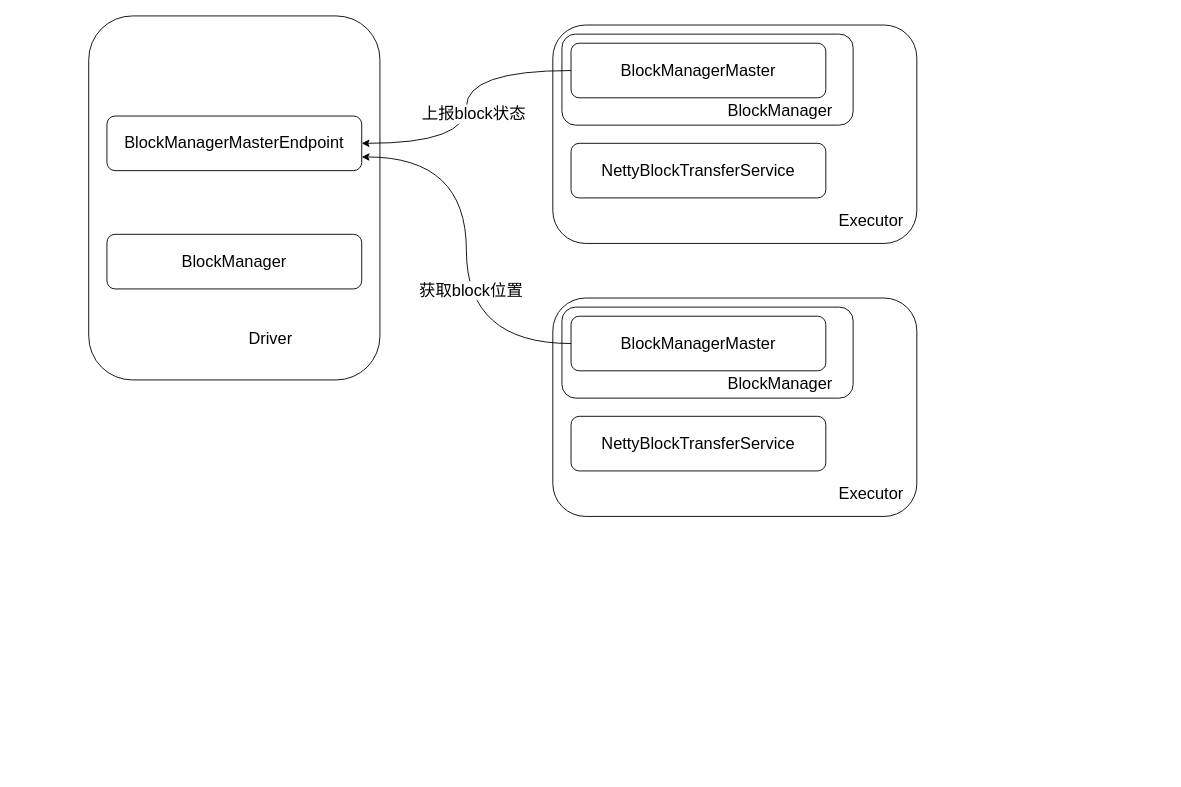
rainsbaby/notebook keeps this draw.io diagram as imgs/spark/spark_broadcast_structure.drawio. Above is the earlier version. Source tidied: cells renumbered, new cells numbered last; positions are measured from the earlier drawing's top-left corner, leaving out a move shared by most shapes. Both pictures are drawn from the tidied source at 91%, with x=0, y=0 at pixel (88, 15).
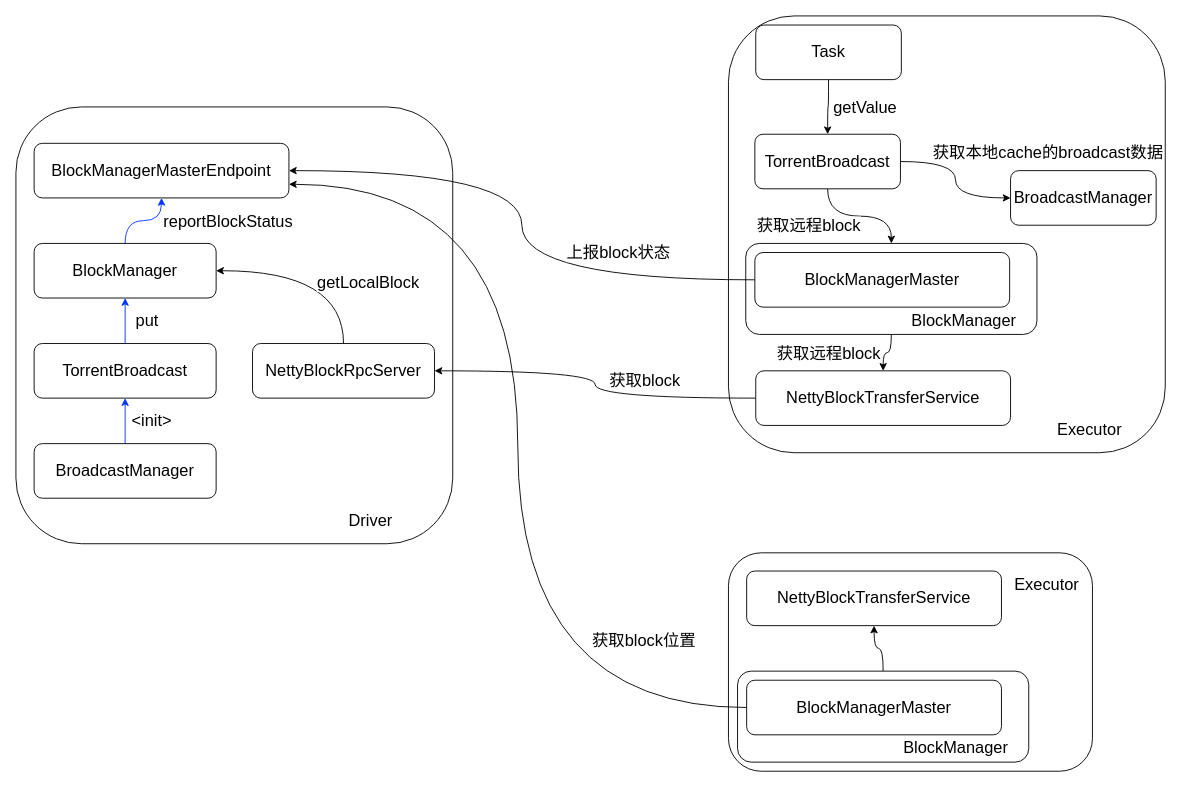
The same page after the edit.

The change refers to these unchanged cells:
```xml
<mxCell id="8" style="rounded=0;jettySize=auto;html=1;exitX=0;exitY=0.5;exitDx=0;exitDy=0;entryX=1;entryY=0.5;entryDx=0;entryDy=0;fontSize=18;edgeStyle=orthogonalEdgeStyle;elbow=vertical;curved=1;" parent="1" edge="1" source="10" target="3">
  <mxGeometry relative="1" as="geometry" />
</mxCell>
<mxCell id="17" style="edgeStyle=orthogonalEdgeStyle;curved=1;rounded=0;jettySize=auto;html=1;exitX=0;exitY=0.5;exitDx=0;exitDy=0;entryX=1;entryY=0.75;entryDx=0;entryDy=0;fontSize=18;elbow=vertical;" parent="1" edge="1" source="19" target="3">
  <mxGeometry relative="1" as="geometry" />
</mxCell>
```

Change to the diagram source:
```diff
@@
     <mxCell id="2" style="rounded=1;whiteSpace=wrap;html=1;" parent="1" vertex="1">
-      <mxGeometry width="320" height="400" as="geometry" />
+      <mxGeometry x="-80" y="100" width="480" height="480" as="geometry" />
     </mxCell>
     <mxCell id="3" value="BlockManagerMasterEndpoint" style="rounded=1;whiteSpace=wrap;html=1;fontSize=18;" parent="1" vertex="1">
-      <mxGeometry x="20" y="110" width="280" height="60" as="geometry" />
+      <mxGeometry x="-60" y="140" width="280" height="60" as="geometry" />
     </mxCell>
     <mxCell id="4" value="Driver" style="text;html=1;strokeColor=none;fillColor=none;align=center;verticalAlign=middle;whiteSpace=wrap;rounded=0;fontSize=18;" parent="1" vertex="1">
-      <mxGeometry x="170" y="340" width="60" height="30" as="geometry" />
+      <mxGeometry x="280" y="540" width="60" height="30" as="geometry" />
     </mxCell>
     <mxCell id="5" style="rounded=1;whiteSpace=wrap;html=1;" parent="1" vertex="1">
-      <mxGeometry x="510" y="10" width="400" height="240" as="geometry" />
+      <mxGeometry x="703" width="480" height="480" as="geometry" />
     </mxCell>
     <mxCell id="6" value="Executor" style="text;html=1;strokeColor=none;fillColor=none;align=center;verticalAlign=middle;whiteSpace=wrap;rounded=0;fontSize=18;" parent="1" vertex="1">
-      <mxGeometry x="830" y="210" width="60" height="30" as="geometry" />
+      <mxGeometry x="1070" y="440" width="60" height="30" as="geometry" />
     </mxCell>
+    <mxCell id="22" style="edgeStyle=orthogonalEdgeStyle;curved=1;rounded=0;jettySize=auto;html=1;exitX=0.5;exitY=1;exitDx=0;exitDy=0;fontSize=18;elbow=vertical;" parent="1" edge="1" source="7" target="12">
+      <mxGeometry relative="1" as="geometry" />
+    </mxCell>
     <mxCell id="7" style="rounded=1;whiteSpace=wrap;html=1;fontSize=18;" parent="1" vertex="1">
-      <mxGeometry x="520" y="20" width="320" height="100" as="geometry" />
+      <mxGeometry x="722" y="250" width="320" height="100" as="geometry" />
     </mxCell>
@@
     <mxCell id="9" value="上报block状态" style="edgeLabel;html=1;align=center;verticalAlign=middle;fontSize=18;" parent="8" vertex="1">
       <mxGeometry x="0.3" relative="1" as="geometry">
-        <mxPoint x="14" y="-33" as="offset" />
+        <mxPoint x="140" y="89" as="offset" />
       </mxGeometry>
     </mxCell>
     <mxCell id="10" value="BlockManagerMaster" style="rounded=1;whiteSpace=wrap;html=1;fontSize=18;" parent="1" vertex="1">
-      <mxGeometry x="530" y="30" width="280" height="60" as="geometry" />
+      <mxGeometry x="732" y="260" width="280" height="60" as="geometry" />
     </mxCell>
     <mxCell id="11" value="BlockManager" style="text;html=1;strokeColor=none;fillColor=none;align=center;verticalAlign=middle;whiteSpace=wrap;rounded=0;fontSize=18;" parent="1" vertex="1">
-      <mxGeometry x="730" y="90" width="60" height="30" as="geometry" />
+      <mxGeometry x="932" y="320" width="60" height="30" as="geometry" />
     </mxCell>
+    <mxCell id="23" style="edgeStyle=orthogonalEdgeStyle;curved=1;rounded=0;jettySize=auto;html=1;exitX=0;exitY=0.5;exitDx=0;exitDy=0;entryX=1;entryY=0.5;entryDx=0;entryDy=0;fontSize=18;elbow=vertical;" parent="1" edge="1" source="12" target="45">
+      <mxGeometry relative="1" as="geometry" />
+    </mxCell>
+    <mxCell id="24" value="获取block" style="edgeLabel;html=1;align=center;verticalAlign=middle;fontSize=18;" parent="23" vertex="1">
+      <mxGeometry x="-0.17" y="-7" relative="1" as="geometry">
+        <mxPoint x="36" y="-13" as="offset" />
+      </mxGeometry>
+    </mxCell>
     <mxCell id="12" value="NettyBlockTransferService" style="rounded=1;whiteSpace=wrap;html=1;fontSize=18;" parent="1" vertex="1">
-      <mxGeometry x="530" y="140" width="280" height="60" as="geometry" />
+      <mxGeometry x="733" y="390" width="280" height="60" as="geometry" />
     </mxCell>
+    <mxCell id="25" style="edgeStyle=orthogonalEdgeStyle;curved=1;rounded=0;jettySize=auto;html=1;exitX=0.5;exitY=0;exitDx=0;exitDy=0;entryX=0.5;entryY=1;entryDx=0;entryDy=0;fontSize=18;elbow=vertical;strokeColor=#0432FF;" parent="1" edge="1" source="13" target="3">
+      <mxGeometry relative="1" as="geometry" />
+    </mxCell>
     <mxCell id="13" value="BlockManager" style="rounded=1;whiteSpace=wrap;html=1;fontSize=18;" parent="1" vertex="1">
-      <mxGeometry x="20" y="240" width="280" height="60" as="geometry" />
+      <mxGeometry x="-60" y="250" width="200" height="60" as="geometry" />
     </mxCell>
     <mxCell id="14" style="rounded=1;whiteSpace=wrap;html=1;" parent="1" vertex="1">
-      <mxGeometry x="510" y="310" width="400" height="240" as="geometry" />
+      <mxGeometry x="703" y="590" width="400" height="240" as="geometry" />
     </mxCell>
     <mxCell id="15" value="Executor" style="text;html=1;strokeColor=none;fillColor=none;align=center;verticalAlign=middle;whiteSpace=wrap;rounded=0;fontSize=18;" parent="1" vertex="1">
-      <mxGeometry x="830" y="510" width="60" height="30" as="geometry" />
+      <mxGeometry x="1023" y="610" width="60" height="30" as="geometry" />
     </mxCell>
+    <mxCell id="26" style="edgeStyle=orthogonalEdgeStyle;curved=1;rounded=0;jettySize=auto;html=1;exitX=0.5;exitY=0;exitDx=0;exitDy=0;fontSize=18;elbow=vertical;" parent="1" edge="1" source="16" target="21">
+      <mxGeometry relative="1" as="geometry" />
+    </mxCell>
     <mxCell id="16" style="rounded=1;whiteSpace=wrap;html=1;fontSize=18;" parent="1" vertex="1">
-      <mxGeometry x="520" y="320" width="320" height="100" as="geometry" />
+      <mxGeometry x="713" y="720" width="320" height="100" as="geometry" />
     </mxCell>
@@
     <mxCell id="18" value="获取block位置" style="edgeLabel;html=1;align=center;verticalAlign=middle;fontSize=18;" parent="17" vertex="1">
-      <mxGeometry x="-0.2" y="-4" relative="1" as="geometry" />
+      <mxGeometry x="-0.2" y="-4" relative="1" as="geometry">
+        <mxPoint x="134" y="106" as="offset" />
+      </mxGeometry>
     </mxCell>
     <mxCell id="19" value="BlockManagerMaster" style="rounded=1;whiteSpace=wrap;html=1;fontSize=18;" parent="1" vertex="1">
-      <mxGeometry x="530" y="330" width="280" height="60" as="geometry" />
+      <mxGeometry x="723" y="730" width="280" height="60" as="geometry" />
     </mxCell>
     <mxCell id="20" value="BlockManager" style="text;html=1;strokeColor=none;fillColor=none;align=center;verticalAlign=middle;whiteSpace=wrap;rounded=0;fontSize=18;" parent="1" vertex="1">
-      <mxGeometry x="730" y="390" width="60" height="30" as="geometry" />
+      <mxGeometry x="923" y="790" width="60" height="30" as="geometry" />
     </mxCell>
     <mxCell id="21" value="NettyBlockTransferService" style="rounded=1;whiteSpace=wrap;html=1;fontSize=18;" parent="1" vertex="1">
-      <mxGeometry x="530" y="440" width="280" height="60" as="geometry" />
+      <mxGeometry x="723" y="610" width="280" height="60" as="geometry" />
     </mxCell>
+    <mxCell id="27" style="edgeStyle=orthogonalEdgeStyle;curved=1;rounded=0;jettySize=auto;html=1;exitX=0.5;exitY=0;exitDx=0;exitDy=0;entryX=0.5;entryY=1;entryDx=0;entryDy=0;fontSize=18;elbow=vertical;strokeColor=#0432FF;" parent="1" edge="1" source="28" target="13">
+      <mxGeometry relative="1" as="geometry" />
+    </mxCell>
+    <mxCell id="28" value="TorrentBroadcast" style="rounded=1;whiteSpace=wrap;html=1;fontSize=18;" parent="1" vertex="1">
+      <mxGeometry x="-60" y="360" width="200" height="60" as="geometry" />
+    </mxCell>
+    <mxCell id="29" style="edgeStyle=orthogonalEdgeStyle;curved=1;rounded=0;jettySize=auto;html=1;exitX=0.5;exitY=0;exitDx=0;exitDy=0;entryX=0.5;entryY=1;entryDx=0;entryDy=0;fontSize=18;elbow=vertical;strokeColor=#0432FF;" parent="1" edge="1" source="30" target="28">
+      <mxGeometry relative="1" as="geometry" />
+    </mxCell>
+    <mxCell id="30" value="BroadcastManager" style="rounded=1;whiteSpace=wrap;html=1;fontSize=18;" parent="1" vertex="1">
+      <mxGeometry x="-60" y="470" width="200" height="60" as="geometry" />
+    </mxCell>
+    <mxCell id="31" value="&amp;lt;init&amp;gt;" style="edgeLabel;html=1;align=center;verticalAlign=middle;fontSize=18;" parent="1" vertex="1">
+      <mxGeometry x="60" y="447.5" as="geometry">
+        <mxPoint x="8" y="-3" as="offset" />
+      </mxGeometry>
+    </mxCell>
+    <mxCell id="32" value="put" style="edgeLabel;html=1;align=center;verticalAlign=middle;fontSize=18;" parent="1" vertex="1">
+      <mxGeometry x="55" y="337.5" as="geometry">
+        <mxPoint x="8" y="-3" as="offset" />
+      </mxGeometry>
+    </mxCell>
+    <mxCell id="33" value="reportBlockStatus" style="edgeLabel;html=1;align=center;verticalAlign=middle;fontSize=18;" parent="1" vertex="1">
+      <mxGeometry x="152" y="230" as="geometry">
+        <mxPoint y="-5" as="offset" />
+      </mxGeometry>
+    </mxCell>
+    <mxCell id="34" style="edgeStyle=orthogonalEdgeStyle;curved=1;rounded=0;jettySize=auto;html=1;exitX=0.5;exitY=1;exitDx=0;exitDy=0;fontSize=18;elbow=vertical;" parent="1" edge="1" source="35" target="38">
+      <mxGeometry relative="1" as="geometry" />
+    </mxCell>
+    <mxCell id="35" value="Task" style="rounded=1;whiteSpace=wrap;html=1;fontSize=18;" parent="1" vertex="1">
+      <mxGeometry x="733" y="10" width="160" height="60" as="geometry" />
+    </mxCell>
+    <mxCell id="36" style="edgeStyle=orthogonalEdgeStyle;curved=1;rounded=0;jettySize=auto;html=1;exitX=0.5;exitY=1;exitDx=0;exitDy=0;fontSize=18;elbow=vertical;" parent="1" edge="1" source="38" target="7">
+      <mxGeometry relative="1" as="geometry" />
+    </mxCell>
+    <mxCell id="37" style="edgeStyle=orthogonalEdgeStyle;curved=1;rounded=0;jettySize=auto;html=1;exitX=1;exitY=0.5;exitDx=0;exitDy=0;fontSize=18;elbow=vertical;" parent="1" edge="1" source="38" target="40">
+      <mxGeometry relative="1" as="geometry" />
+    </mxCell>
+    <mxCell id="38" value="TorrentBroadcast" style="rounded=1;whiteSpace=wrap;html=1;fontSize=18;" parent="1" vertex="1">
+      <mxGeometry x="732" y="130" width="160" height="60" as="geometry" />
+    </mxCell>
+    <mxCell id="39" value="getValue" style="edgeLabel;html=1;align=center;verticalAlign=middle;fontSize=18;" parent="1" vertex="1">
+      <mxGeometry x="852" y="100" as="geometry" />
+    </mxCell>
+    <mxCell id="40" value="BroadcastManager" style="rounded=1;whiteSpace=wrap;html=1;fontSize=18;" parent="1" vertex="1">
+      <mxGeometry x="1013" y="170" width="160" height="60" as="geometry" />
+    </mxCell>
+    <mxCell id="41" value="获取本地cache的broadcast数据" style="edgeLabel;html=1;align=center;verticalAlign=middle;fontSize=18;" parent="1" vertex="1">
+      <mxGeometry x="1053" y="150" as="geometry" />
+    </mxCell>
+    <mxCell id="42" value="获取远程block" style="edgeLabel;html=1;align=center;verticalAlign=middle;fontSize=18;" parent="1" vertex="1">
+      <mxGeometry x="790" y="230" as="geometry" />
+    </mxCell>
+    <mxCell id="43" value="获取远程block" style="edgeLabel;html=1;align=center;verticalAlign=middle;fontSize=18;" parent="1" vertex="1">
+      <mxGeometry x="812" y="370" as="geometry" />
+    </mxCell>
+    <mxCell id="44" style="edgeStyle=orthogonalEdgeStyle;curved=1;rounded=0;jettySize=auto;html=1;exitX=0.5;exitY=0;exitDx=0;exitDy=0;entryX=1;entryY=0.5;entryDx=0;entryDy=0;fontSize=18;elbow=vertical;" parent="1" edge="1" source="45" target="13">
+      <mxGeometry relative="1" as="geometry" />
+    </mxCell>
+    <mxCell id="45" value="NettyBlockRpcServer" style="rounded=1;whiteSpace=wrap;html=1;fontSize=18;" parent="1" vertex="1">
+      <mxGeometry x="180" y="360" width="200" height="60" as="geometry" />
+    </mxCell>
+    <mxCell id="46" value="getLocalBlock" style="edgeLabel;html=1;align=center;verticalAlign=middle;fontSize=18;" parent="1" vertex="1">
+      <mxGeometry x="310" y="290" as="geometry">
+        <mxPoint x="-4" y="2" as="offset" />
+      </mxGeometry>
+    </mxCell>
```
